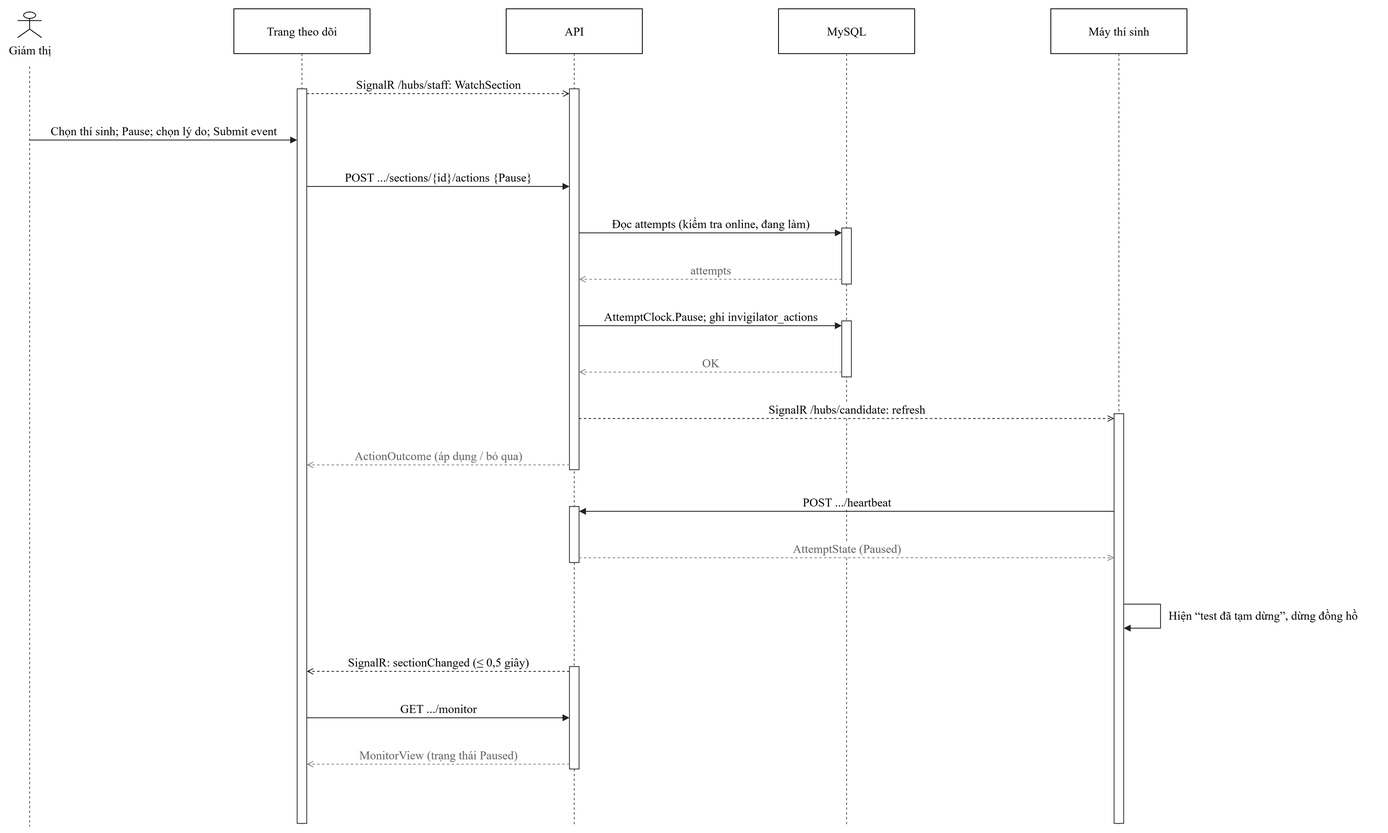
trhlow/cambridge-exam-prep keeps this draw.io diagram as thesis/diagrams/seq-invigilator-pause.drawio.png. Above is the earlier version. Source tidied: cells renumbered, new cells last; positions are measured from the earlier drawing's top-left corner, leaving out a move shared by most shapes.
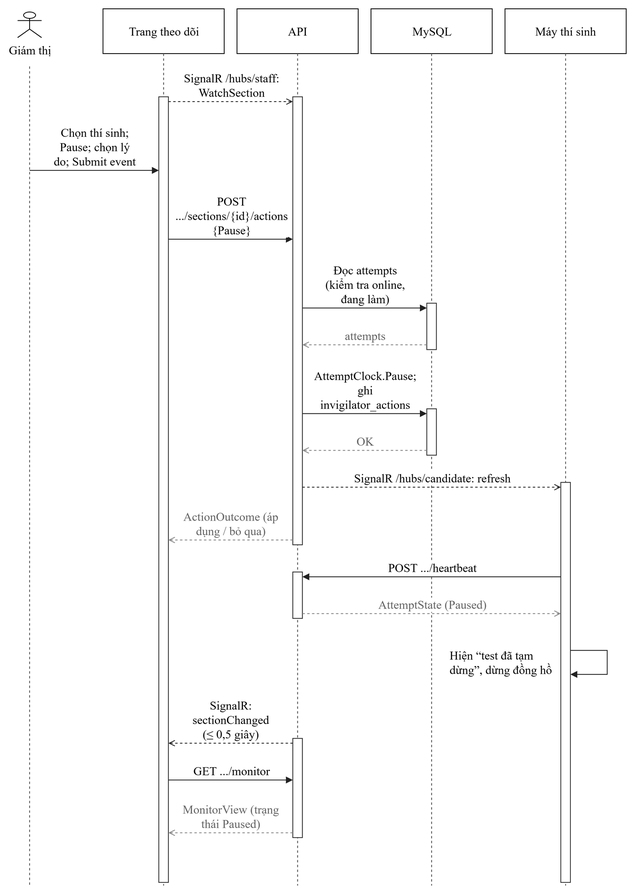
Later version of the same file.

Diff of the diagram source:
```diff
@@ -3,166 +3,166 @@
     <mxCell id="0" />
     <mxCell id="1" parent="0" />
     <mxCell id="2" value="Giám thị" style="shape=umlActor;verticalLabelPosition=bottom;verticalAlign=top;html=1;fontFamily=Times New Roman;fontSize=15;" parent="1" vertex="1">
-      <mxGeometry y="4" width="30" height="32" as="geometry" />
+      <mxGeometry x="-35" y="4" width="30" height="32" as="geometry" />
     </mxCell>
     <mxCell id="3" style="endArrow=none;dashed=1;html=1;strokeColor=#555555;" parent="1" edge="1">
       <mxGeometry relative="1" as="geometry">
-        <mxPoint x="15" y="72" as="sourcePoint" />
-        <mxPoint x="15" y="1022" as="targetPoint" />
+        <mxPoint x="-20" y="72" as="sourcePoint" />
+        <mxPoint x="-20" y="1096" as="targetPoint" />
       </mxGeometry>
     </mxCell>
     <mxCell id="4" value="Trang theo dõi" style="rounded=0;whiteSpace=wrap;html=1;fontFamily=Times New Roman;fontSize=15;" parent="1" vertex="1">
-      <mxGeometry x="270" width="170" height="56" as="geometry" />
+      <mxGeometry x="71.8" width="151.5" height="56" as="geometry" />
     </mxCell>
     <mxCell id="5" style="endArrow=none;dashed=1;html=1;strokeColor=#555555;" parent="1" edge="1">
       <mxGeometry relative="1" as="geometry">
-        <mxPoint x="355" y="56" as="sourcePoint" />
-        <mxPoint x="355" y="1022" as="targetPoint" />
+        <mxPoint x="147.5" y="56" as="sourcePoint" />
+        <mxPoint x="147.5" y="1096" as="targetPoint" />
       </mxGeometry>
     </mxCell>
     <mxCell id="6" value="API" style="rounded=0;whiteSpace=wrap;html=1;fontFamily=Times New Roman;fontSize=15;" parent="1" vertex="1">
-      <mxGeometry x="610" width="170" height="56" as="geometry" />
+      <mxGeometry x="239.2" width="151.5" height="56" as="geometry" />
     </mxCell>
     <mxCell id="7" style="endArrow=none;dashed=1;html=1;strokeColor=#555555;" parent="1" edge="1">
       <mxGeometry relative="1" as="geometry">
-        <mxPoint x="695" y="56" as="sourcePoint" />
-        <mxPoint x="695" y="1022" as="targetPoint" />
+        <mxPoint x="315" y="56" as="sourcePoint" />
+        <mxPoint x="315" y="1096" as="targetPoint" />
       </mxGeometry>
     </mxCell>
     <mxCell id="8" value="MySQL" style="rounded=0;whiteSpace=wrap;html=1;fontFamily=Times New Roman;fontSize=15;" parent="1" vertex="1">
-      <mxGeometry x="950" width="170" height="56" as="geometry" />
+      <mxGeometry x="406.8" width="151.5" height="56" as="geometry" />
     </mxCell>
     <mxCell id="9" style="endArrow=none;dashed=1;html=1;strokeColor=#555555;" parent="1" edge="1">
       <mxGeometry relative="1" as="geometry">
-        <mxPoint x="1035" y="56" as="sourcePoint" />
-        <mxPoint x="1035" y="1022" as="targetPoint" />
+        <mxPoint x="482.5" y="56" as="sourcePoint" />
+        <mxPoint x="482.5" y="1096" as="targetPoint" />
       </mxGeometry>
     </mxCell>
     <mxCell id="10" value="Máy thí sinh" style="rounded=0;whiteSpace=wrap;html=1;fontFamily=Times New Roman;fontSize=15;" parent="1" vertex="1">
-      <mxGeometry x="1290" width="170" height="56" as="geometry" />
+      <mxGeometry x="574.2" width="151.5" height="56" as="geometry" />
     </mxCell>
     <mxCell id="11" style="endArrow=none;dashed=1;html=1;strokeColor=#555555;" parent="1" edge="1">
       <mxGeometry relative="1" as="geometry">
-        <mxPoint x="1375" y="56" as="sourcePoint" />
-        <mxPoint x="1375" y="1022" as="targetPoint" />
+        <mxPoint x="650" y="56" as="sourcePoint" />
+        <mxPoint x="650" y="1096" as="targetPoint" />
       </mxGeometry>
     </mxCell>
     <mxCell id="12" style="rounded=0;whiteSpace=wrap;html=1;fillColor=#ffffff;strokeColor=#333333;" parent="1" vertex="1">
-      <mxGeometry x="1029" y="274" width="12" height="70" as="geometry" />
+      <mxGeometry x="476.5" y="368" width="12" height="58" as="geometry" />
     </mxCell>
     <mxCell id="13" style="rounded=0;whiteSpace=wrap;html=1;fillColor=#ffffff;strokeColor=#333333;" parent="1" vertex="1">
-      <mxGeometry x="1029" y="390" width="12" height="70" as="geometry" />
+      <mxGeometry x="476.5" y="500" width="12" height="58" as="geometry" />
     </mxCell>
     <mxCell id="14" style="rounded=0;whiteSpace=wrap;html=1;fillColor=#ffffff;strokeColor=#333333;" parent="1" vertex="1">
-      <mxGeometry x="689" y="100" width="12" height="476" as="geometry" />
+      <mxGeometry x="309" y="110" width="12" height="560" as="geometry" />
     </mxCell>
     <mxCell id="15" style="rounded=0;whiteSpace=wrap;html=1;fillColor=#ffffff;strokeColor=#333333;" parent="1" vertex="1">
-      <mxGeometry x="689" y="622" width="12" height="70" as="geometry" />
+      <mxGeometry x="309" y="704" width="12" height="58" as="geometry" />
     </mxCell>
     <mxCell id="16" style="rounded=0;whiteSpace=wrap;html=1;fillColor=#ffffff;strokeColor=#333333;" parent="1" vertex="1">
-      <mxGeometry x="689" y="822" width="12" height="128" as="geometry" />
+      <mxGeometry x="309" y="912" width="12" height="124" as="geometry" />
     </mxCell>
     <mxCell id="17" style="rounded=0;whiteSpace=wrap;html=1;fillColor=#ffffff;strokeColor=#333333;" parent="1" vertex="1">
-      <mxGeometry x="349" y="100" width="12" height="918" as="geometry" />
+      <mxGeometry x="141.5" y="110" width="12" height="982" as="geometry" />
     </mxCell>
     <mxCell id="18" style="rounded=0;whiteSpace=wrap;html=1;fillColor=#ffffff;strokeColor=#333333;" parent="1" vertex="1">
-      <mxGeometry x="1369" y="506" width="12" height="512" as="geometry" />
+      <mxGeometry x="644" y="592" width="12" height="500" as="geometry" />
     </mxCell>
-    <mxCell id="19" value="SignalR /hubs/staff: WatchSection" style="endArrow=open;dashed=1;html=1;rounded=0;strokeColor=#222222;fontFamily=Times New Roman;fontSize=15;labelBackgroundColor=#ffffff;verticalAlign=bottom;" parent="1" edge="1">
+    <mxCell id="19" value="SignalR /hubs/staff:&#10;WatchSection" style="endArrow=open;dashed=1;html=1;rounded=0;strokeColor=#222222;fontFamily=Times New Roman;fontSize=15;labelBackgroundColor=#ffffff;verticalAlign=bottom;" parent="1" edge="1">
       <mxGeometry relative="1" as="geometry">
-        <mxPoint x="361" y="106" as="sourcePoint" />
-        <mxPoint x="689" y="106" as="targetPoint" />
+        <mxPoint x="153.5" y="116" as="sourcePoint" />
+        <mxPoint x="309" y="116" as="targetPoint" />
       </mxGeometry>
     </mxCell>
-    <mxCell id="20" value="Chọn thí sinh; Pause; chọn lý do; Submit event" style="endArrow=block;endFill=1;html=1;rounded=0;strokeColor=#222222;fontFamily=Times New Roman;fontSize=15;labelBackgroundColor=#ffffff;verticalAlign=bottom;" parent="1" edge="1">
+    <mxCell id="20" value="Chọn thí sinh;&#10;Pause; chọn lý&#10;do; Submit event" style="endArrow=block;endFill=1;html=1;rounded=0;strokeColor=#222222;fontFamily=Times New Roman;fontSize=15;labelBackgroundColor=#ffffff;verticalAlign=bottom;" parent="1" edge="1">
       <mxGeometry relative="1" as="geometry">
-        <mxPoint x="15" y="164" as="sourcePoint" />
-        <mxPoint x="349" y="164" as="targetPoint" />
+        <mxPoint x="-20" y="202" as="sourcePoint" />
+        <mxPoint x="141.5" y="202" as="targetPoint" />
       </mxGeometry>
     </mxCell>
-    <mxCell id="21" value="POST .../sections/{id}/actions {Pause}" style="endArrow=block;endFill=1;html=1;rounded=0;strokeColor=#222222;fontFamily=Times New Roman;fontSize=15;labelBackgroundColor=#ffffff;verticalAlign=bottom;" parent="1" edge="1">
+    <mxCell id="21" value="POST&#10;.../sections/{id}/actions&#10;{Pause}" style="endArrow=block;endFill=1;html=1;rounded=0;strokeColor=#222222;fontFamily=Times New Roman;fontSize=15;labelBackgroundColor=#ffffff;verticalAlign=bottom;" parent="1" edge="1">
       <mxGeometry relative="1" as="geometry">
-        <mxPoint x="361" y="222" as="sourcePoint" />
-        <mxPoint x="689" y="222" as="targetPoint" />
+        <mxPoint x="153.5" y="288" as="sourcePoint" />
+        <mxPoint x="309" y="288" as="targetPoint" />
       </mxGeometry>
     </mxCell>
-    <mxCell id="22" value="Đọc attempts (kiểm tra online, đang làm)" style="endArrow=block;endFill=1;html=1;rounded=0;strokeColor=#222222;fontFamily=Times New Roman;fontSize=15;labelBackgroundColor=#ffffff;verticalAlign=bottom;" parent="1" edge="1">
+    <mxCell id="22" value="Đọc attempts&#10;(kiểm tra online,&#10;đang làm)" style="endArrow=block;endFill=1;html=1;rounded=0;strokeColor=#222222;fontFamily=Times New Roman;fontSize=15;labelBackgroundColor=#ffffff;verticalAlign=bottom;" parent="1" edge="1">
       <mxGeometry relative="1" as="geometry">
-        <mxPoint x="701" y="280" as="sourcePoint" />
-        <mxPoint x="1029" y="280" as="targetPoint" />
+        <mxPoint x="321" y="374" as="sourcePoint" />
+        <mxPoint x="476.5" y="374" as="targetPoint" />
       </mxGeometry>
     </mxCell>
     <mxCell id="23" value="attempts" style="endArrow=open;dashed=1;html=1;rounded=0;strokeColor=#888888;fontColor=#666666;fontFamily=Times New Roman;fontSize=15;labelBackgroundColor=#ffffff;verticalAlign=bottom;" parent="1" edge="1">
       <mxGeometry relative="1" as="geometry">
-        <mxPoint x="1029" y="338" as="sourcePoint" />
-        <mxPoint x="701" y="338" as="targetPoint" />
+        <mxPoint x="476.5" y="420" as="sourcePoint" />
+        <mxPoint x="321" y="420" as="targetPoint" />
       </mxGeometry>
     </mxCell>
-    <mxCell id="24" value="AttemptClock.Pause; ghi invigilator_actions" style="endArrow=block;endFill=1;html=1;rounded=0;strokeColor=#222222;fontFamily=Times New Roman;fontSize=15;labelBackgroundColor=#ffffff;verticalAlign=bottom;" parent="1" edge="1">
+    <mxCell id="24" value="AttemptClock.Pause;&#10;ghi&#10;invigilator_actions" style="endArrow=block;endFill=1;html=1;rounded=0;strokeColor=#222222;fontFamily=Times New Roman;fontSize=15;labelBackgroundColor=#ffffff;verticalAlign=bottom;" parent="1" edge="1">
       <mxGeometry relative="1" as="geometry">
-        <mxPoint x="701" y="396" as="sourcePoint" />
-        <mxPoint x="1029" y="396" as="targetPoint" />
+        <mxPoint x="321" y="506" as="sourcePoint" />
+        <mxPoint x="476.5" y="506" as="targetPoint" />
       </mxGeometry>
     </mxCell>
     <mxCell id="25" value="OK" style="endArrow=open;dashed=1;html=1;rounded=0;strokeColor=#888888;fontColor=#666666;fontFamily=Times New Roman;fontSize=15;labelBackgroundColor=#ffffff;verticalAlign=bottom;" parent="1" edge="1">
       <mxGeometry relative="1" as="geometry">
-        <mxPoint x="1029" y="454" as="sourcePoint" />
-        <mxPoint x="701" y="454" as="targetPoint" />
+        <mxPoint x="476.5" y="552" as="sourcePoint" />
+        <mxPoint x="321" y="552" as="targetPoint" />
       </mxGeometry>
     </mxCell>
     <mxCell id="26" value="SignalR /hubs/candidate: refresh" style="endArrow=open;dashed=1;html=1;rounded=0;strokeColor=#222222;fontFamily=Times New Roman;fontSize=15;labelBackgroundColor=#ffffff;verticalAlign=bottom;" parent="1" edge="1">
       <mxGeometry relative="1" as="geometry">
-        <mxPoint x="701" y="512" as="sourcePoint" />
-        <mxPoint x="1369" y="512" as="targetPoint" />
+        <mxPoint x="321" y="598" as="sourcePoint" />
+        <mxPoint x="644" y="598" as="targetPoint" />
       </mxGeometry>
     </mxCell>
-    <mxCell id="27" value="ActionOutcome (áp dụng / bỏ qua)" style="endArrow=open;dashed=1;html=1;rounded=0;strokeColor=#888888;fontColor=#666666;fontFamily=Times New Roman;fontSize=15;labelBackgroundColor=#ffffff;verticalAlign=bottom;" parent="1" edge="1">
+    <mxCell id="27" value="ActionOutcome (áp&#10;dụng / bỏ qua)" style="endArrow=open;dashed=1;html=1;rounded=0;strokeColor=#888888;fontColor=#666666;fontFamily=Times New Roman;fontSize=15;labelBackgroundColor=#ffffff;verticalAlign=bottom;" parent="1" edge="1">
       <mxGeometry relative="1" as="geometry">
-        <mxPoint x="689" y="570" as="sourcePoint" />
-        <mxPoint x="361" y="570" as="targetPoint" />
+        <mxPoint x="309" y="664" as="sourcePoint" />
+        <mxPoint x="153.5" y="664" as="targetPoint" />
       </mxGeometry>
     </mxCell>
     <mxCell id="28" value="POST .../heartbeat" style="endArrow=block;endFill=1;html=1;rounded=0;strokeColor=#222222;fontFamily=Times New Roman;fontSize=15;labelBackgroundColor=#ffffff;verticalAlign=bottom;" parent="1" edge="1">
       <mxGeometry relative="1" as="geometry">
-        <mxPoint x="1369" y="628" as="sourcePoint" />
-        <mxPoint x="701" y="628" as="targetPoint" />
+        <mxPoint x="644" y="710" as="sourcePoint" />
+        <mxPoint x="321" y="710" as="targetPoint" />
       </mxGeometry>
     </mxCell>
     <mxCell id="29" value="AttemptState (Paused)" style="endArrow=open;dashed=1;html=1;rounded=0;strokeColor=#888888;fontColor=#666666;fontFamily=Times New Roman;fontSize=15;labelBackgroundColor=#ffffff;verticalAlign=bottom;" parent="1" edge="1">
       <mxGeometry relative="1" as="geometry">
-        <mxPoint x="701" y="686" as="sourcePoint" />
-        <mxPoint x="1369" y="686" as="targetPoint" />
+        <mxPoint x="321" y="756" as="sourcePoint" />
+        <mxPoint x="644" y="756" as="targetPoint" />
       </mxGeometry>
     </mxCell>
     <mxCell id="30" style="endArrow=block;endFill=1;html=1;rounded=0;strokeColor=#222222;fontFamily=Times New Roman;fontSize=15;labelBackgroundColor=#ffffff;verticalAlign=bottom;" parent="1" edge="1">
       <mxGeometry relative="1" as="geometry">
-        <mxPoint x="1381" y="744" as="sourcePoint" />
-        <mxPoint x="1381" y="774" as="targetPoint" />
+        <mxPoint x="656" y="802" as="sourcePoint" />
+        <mxPoint x="656" y="832" as="targetPoint" />
         <Array as="points">
-          <mxPoint x="1427" y="744" />
-          <mxPoint x="1427" y="774" />
+          <mxPoint x="702" y="802" />
+          <mxPoint x="702" y="832" />
         </Array>
       </mxGeometry>
     </mxCell>
-    <mxCell id="31" value="Hiện “test đã tạm dừng”, dừng đồng hồ" style="text;html=1;whiteSpace=wrap;align=left;verticalAlign=middle;fontFamily=Times New Roman;fontSize=15;" parent="1" vertex="1">
-      <mxGeometry x="1435" y="738" width="270" height="40" as="geometry" />
+    <mxCell id="31" value="Hiện “test đã tạm&#10;dừng”, dừng đồng hồ" style="text;html=1;whiteSpace=wrap;align=left;verticalAlign=middle;fontFamily=Times New Roman;fontSize=15;" parent="1" vertex="1">
+      <mxGeometry x="502.5" y="793" width="133.5" height="48" as="geometry" />
     </mxCell>
-    <mxCell id="32" value="SignalR: sectionChanged (≤ 0,5 giây)" style="endArrow=open;dashed=1;html=1;rounded=0;strokeColor=#222222;fontFamily=Times New Roman;fontSize=15;labelBackgroundColor=#ffffff;verticalAlign=bottom;" parent="1" edge="1">
+    <mxCell id="32" value="SignalR:&#10;sectionChanged&#10;(≤ 0,5 giây)" style="endArrow=open;dashed=1;html=1;rounded=0;strokeColor=#222222;fontFamily=Times New Roman;fontSize=15;labelBackgroundColor=#ffffff;verticalAlign=bottom;" parent="1" edge="1">
       <mxGeometry relative="1" as="geometry">
-        <mxPoint x="689" y="828" as="sourcePoint" />
-        <mxPoint x="361" y="828" as="targetPoint" />
+        <mxPoint x="309" y="918" as="sourcePoint" />
+        <mxPoint x="153.5" y="918" as="targetPoint" />
       </mxGeometry>
     </mxCell>
     <mxCell id="33" value="GET .../monitor" style="endArrow=block;endFill=1;html=1;rounded=0;strokeColor=#222222;fontFamily=Times New Roman;fontSize=15;labelBackgroundColor=#ffffff;verticalAlign=bottom;" parent="1" edge="1">
       <mxGeometry relative="1" as="geometry">
-        <mxPoint x="361" y="886" as="sourcePoint" />
-        <mxPoint x="689" y="886" as="targetPoint" />
+        <mxPoint x="153.5" y="964" as="sourcePoint" />
+        <mxPoint x="309" y="964" as="targetPoint" />
       </mxGeometry>
     </mxCell>
-    <mxCell id="34" value="MonitorView (trạng thái Paused)" style="endArrow=open;dashed=1;html=1;rounded=0;strokeColor=#888888;fontColor=#666666;fontFamily=Times New Roman;fontSize=15;labelBackgroundColor=#ffffff;verticalAlign=bottom;" parent="1" edge="1">
+    <mxCell id="34" value="MonitorView (trạng&#10;thái Paused)" style="endArrow=open;dashed=1;html=1;rounded=0;strokeColor=#888888;fontColor=#666666;fontFamily=Times New Roman;fontSize=15;labelBackgroundColor=#ffffff;verticalAlign=bottom;" parent="1" edge="1">
       <mxGeometry relative="1" as="geometry">
-        <mxPoint x="689" y="944" as="sourcePoint" />
-        <mxPoint x="361" y="944" as="targetPoint" />
+        <mxPoint x="309" y="1030" as="sourcePoint" />
+        <mxPoint x="153.5" y="1030" as="targetPoint" />
       </mxGeometry>
     </mxCell>
   </root>
```
